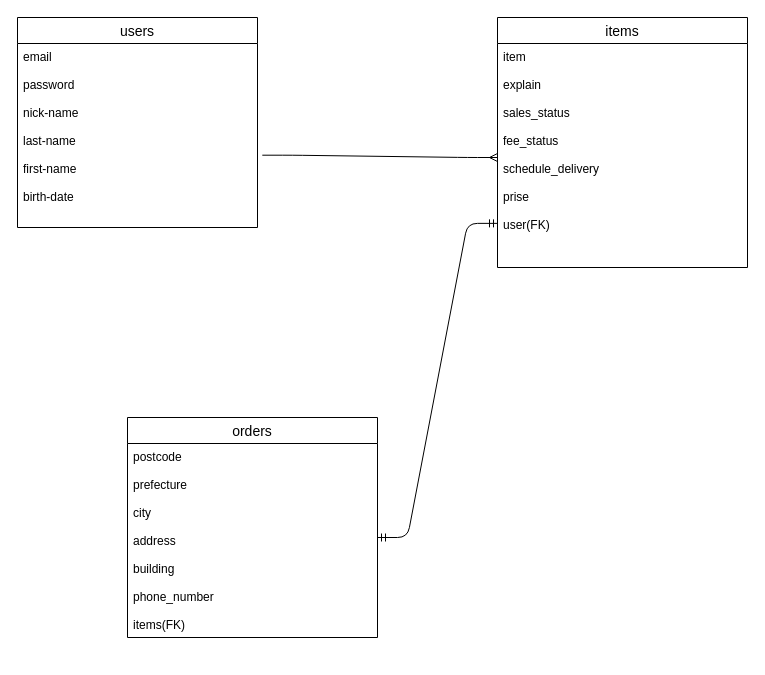
Earlier version of the draw.io diagram ER.dio (kattyaso/furima-39796). Source tidied: cells renumbered, new cells numbered last; positions are measured from the earlier drawing's top-left corner, leaving out a move shared by most shapes. Both pictures are drawn from the tidied source at 100%, with x=0, y=0 at pixel (17, 17).
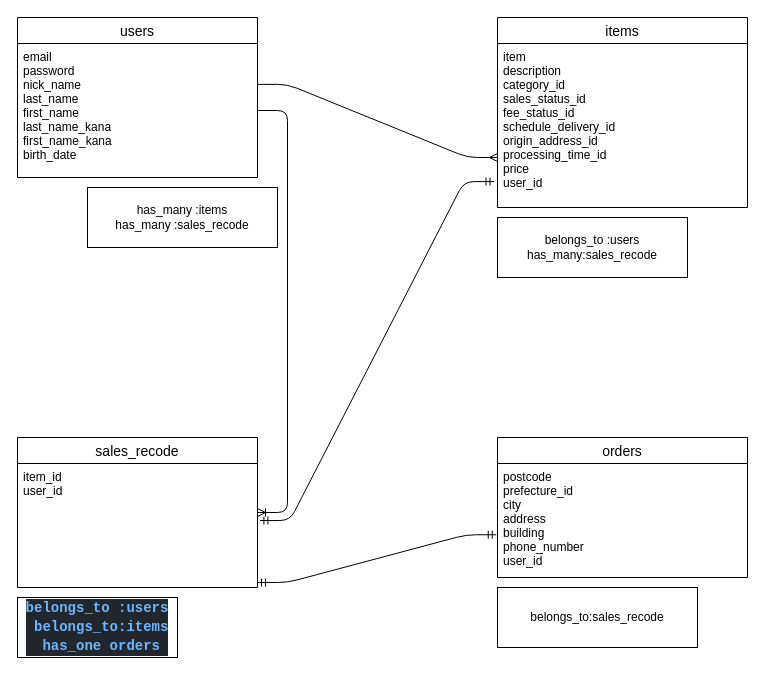
The same page after the edit.

Diff of the diagram source:
```diff
@@
 <mxGraphModel>
   <root>
     <mxCell id="0" />
     <mxCell id="1" parent="0" />
     <mxCell id="2" value="users" style="swimlane;fontStyle=0;horizontal=1;startSize=26;align=center;fontSize=14;" parent="1" vertex="1">
-      <mxGeometry width="240" height="210" as="geometry" />
+      <mxGeometry width="240" height="160" as="geometry" />
     </mxCell>
-    <mxCell id="3" value="email&#10;&#10;password&#10;&#10;nick-name&#10;&#10;last-name&#10;&#10;first-name&#10;&#10;birth-date" style="text;strokeColor=none;fillColor=none;spacingLeft=4;spacingRight=4;overflow=hidden;points=[[0,0.5],[1,0.5]];portConstraint=eastwest;fontSize=12;" parent="2" vertex="1">
-      <mxGeometry y="26" width="240" height="184" as="geometry" />
+    <mxCell id="3" value="email&#10;password&#10;nick_name&#10;last_name&#10;first_name&#10;last_name_kana&#10;first_name_kana&#10;birth_date" style="text;strokeColor=none;fillColor=none;spacingLeft=4;spacingRight=4;overflow=hidden;points=[[0,0.5],[1,0.5]];portConstraint=eastwest;fontSize=12;" parent="2" vertex="1">
+      <mxGeometry y="26" width="240" height="134" as="geometry" />
     </mxCell>
     <mxCell id="4" value="items" style="swimlane;fontStyle=0;horizontal=1;startSize=26;align=center;fontSize=14;" parent="1" vertex="1">
-      <mxGeometry x="480" width="250" height="250" as="geometry" />
+      <mxGeometry x="480" width="250" height="190" as="geometry" />
     </mxCell>
-    <mxCell id="5" value="item&#10;&#10;explain&#10;&#10;sales_status&#10;&#10;fee_status&#10;&#10;schedule_delivery&#10;&#10;prise&#10;&#10;user(FK)" style="text;strokeColor=none;fillColor=none;spacingLeft=4;spacingRight=4;overflow=hidden;points=[[0,0.5],[1,0.5]];portConstraint=eastwest;fontSize=12;" parent="4" vertex="1">
-      <mxGeometry y="26" width="250" height="224" as="geometry" />
+    <mxCell id="5" value="item                 &#10;description          &#10;category_id          &#10;sales_status_id      &#10;fee_status_id        &#10;schedule_delivery_id &#10;origin_address_id    &#10;processing_time_id   &#10;price                &#10;user_id              " style="text;strokeColor=none;fillColor=none;spacingLeft=4;spacingRight=4;overflow=hidden;points=[[0,0.5],[1,0.5]];portConstraint=eastwest;fontSize=12;" parent="4" vertex="1">
+      <mxGeometry y="26" width="250" height="164" as="geometry" />
     </mxCell>
     <mxCell id="6" value="orders" style="swimlane;fontStyle=0;horizontal=1;startSize=26;align=center;fontSize=14;" parent="1" vertex="1">
-      <mxGeometry x="110" y="400" width="250" height="220" as="geometry" />
+      <mxGeometry x="480" y="420" width="250" height="140" as="geometry" />
     </mxCell>
-    <mxCell id="7" value="postcode&#10;&#10;prefecture&#10;&#10;city&#10;&#10;address&#10;&#10;building&#10;&#10;phone_number&#10;&#10;items(FK)" style="text;strokeColor=none;fillColor=none;spacingLeft=4;spacingRight=4;overflow=hidden;points=[[0,0.5],[1,0.5]];portConstraint=eastwest;fontSize=12;" parent="6" vertex="1">
-      <mxGeometry y="26" width="250" height="194" as="geometry" />
+    <mxCell id="7" value="postcode     &#10;prefecture_id&#10;city         &#10;address      &#10;building     &#10;phone_number &#10;user_id      " style="text;strokeColor=none;fillColor=none;spacingLeft=4;spacingRight=4;overflow=hidden;points=[[0,0.5],[1,0.5]];portConstraint=eastwest;fontSize=12;" parent="6" vertex="1">
+      <mxGeometry y="26" width="250" height="114" as="geometry" />
     </mxCell>
-    <mxCell id="8" style="edgeStyle=entityRelationEdgeStyle;fontSize=12;html=1;endArrow=ERmany;entryX=0;entryY=0.043;entryDx=0;entryDy=0;entryPerimeter=0;exitX=1.02;exitY=0.607;exitDx=0;exitDy=0;exitPerimeter=0;" parent="1" edge="1" source="3">
+    <mxCell id="8" style="edgeStyle=entityRelationEdgeStyle;fontSize=12;html=1;endArrow=ERmany;entryX=0;entryY=0.043;entryDx=0;entryDy=0;entryPerimeter=0;exitX=1;exitY=0.305;exitDx=0;exitDy=0;exitPerimeter=0;" parent="1" edge="1" source="3">
       <mxGeometry relative="1" as="geometry">
         <mxPoint x="480" y="140" as="targetPoint" />
       </mxGeometry>
     </mxCell>
-    <mxCell id="9" style="edgeStyle=entityRelationEdgeStyle;fontSize=12;html=1;endArrow=ERmandOne;startArrow=ERmandOne;entryX=0;entryY=0.803;entryDx=0;entryDy=0;entryPerimeter=0;" parent="1" edge="1" target="5">
-      <mxGeometry relative="1" as="geometry">
-        <mxPoint x="360" y="520" as="sourcePoint" />
-      </mxGeometry>
+    <mxCell id="9" style="edgeStyle=entityRelationEdgeStyle;fontSize=12;html=1;endArrow=ERmandOne;startArrow=ERmandOne;entryX=-0.014;entryY=0.842;entryDx=0;entryDy=0;entryPerimeter=0;exitX=1.01;exitY=0.46;exitDx=0;exitDy=0;exitPerimeter=0;" parent="1" edge="1" source="14" target="5">
+      <mxGeometry relative="1" as="geometry" />
     </mxCell>
+    <mxCell id="10" value="has_many&amp;nbsp;:items&lt;br&gt;has_many :sales_recode" style="rounded=0;whiteSpace=wrap;html=1;" parent="1" vertex="1">
+      <mxGeometry x="70" y="170" width="190" height="60" as="geometry" />
+    </mxCell>
+    <mxCell id="11" value="&lt;div&gt;belongs_to :users&lt;/div&gt;&lt;div&gt;has_many:sales_recode&lt;/div&gt;" style="rounded=0;whiteSpace=wrap;html=1;" parent="1" vertex="1">
+      <mxGeometry x="480" y="200" width="190" height="60" as="geometry" />
+    </mxCell>
+    <mxCell id="12" value="&lt;div style=&quot;color: rgb(173, 186, 199); background-color: rgb(34, 39, 46); font-family: Consolas, &amp;quot;Courier New&amp;quot;, monospace; font-size: 14px; line-height: 19px;&quot;&gt;&lt;div&gt;&lt;span style=&quot;color: rgb(108, 182, 255); font-weight: bold;&quot;&gt;belongs_to&lt;/span&gt;&lt;span style=&quot;color: #6cb6ff;font-weight: bold;&quot;&gt;&amp;nbsp;:users&lt;/span&gt;&lt;/div&gt;&lt;div&gt;&lt;span style=&quot;color: rgb(108, 182, 255); font-weight: bold;&quot;&gt;&amp;nbsp;&lt;/span&gt;&lt;span style=&quot;color: rgb(108, 182, 255); font-weight: bold;&quot;&gt;belongs_to&lt;/span&gt;&lt;span style=&quot;color: rgb(108, 182, 255); font-weight: bold;&quot;&gt;:items&lt;/span&gt;&lt;br&gt;&lt;/div&gt;&lt;div&gt;&lt;span style=&quot;color: #6cb6ff;font-weight: bold;&quot;&gt;&amp;nbsp;has_one orders&lt;/span&gt;&lt;/div&gt;&lt;/div&gt;" style="rounded=0;whiteSpace=wrap;html=1;" parent="1" vertex="1">
+      <mxGeometry y="580" width="160" height="60" as="geometry" />
+    </mxCell>
+    <mxCell id="13" value="sales_recode" style="swimlane;fontStyle=0;horizontal=1;startSize=26;align=center;fontSize=14;" parent="1" vertex="1">
+      <mxGeometry y="420" width="240" height="150" as="geometry" />
+    </mxCell>
+    <mxCell id="14" value="item_id&#10;user_id" style="text;strokeColor=none;fillColor=none;spacingLeft=4;spacingRight=4;overflow=hidden;points=[[0,0.5],[1,0.5]];portConstraint=eastwest;fontSize=12;" parent="13" vertex="1">
+      <mxGeometry y="26" width="240" height="124" as="geometry" />
+    </mxCell>
+    <mxCell id="15" value="belongs_to:sales_recode" style="rounded=0;whiteSpace=wrap;html=1;" parent="1" vertex="1">
+      <mxGeometry x="480" y="570" width="200" height="60" as="geometry" />
+    </mxCell>
+    <mxCell id="16" style="edgeStyle=entityRelationEdgeStyle;fontSize=12;html=1;endArrow=ERmandOne;startArrow=ERmandOne;entryX=-0.005;entryY=0.625;entryDx=0;entryDy=0;entryPerimeter=0;" parent="1" edge="1" target="7">
+      <mxGeometry relative="1" as="geometry">
+        <mxPoint x="240" y="565" as="sourcePoint" />
+      </mxGeometry>
+    </mxCell>
+    <mxCell id="17" style="edgeStyle=entityRelationEdgeStyle;fontSize=12;html=1;endArrow=ERoneToMany;" parent="1" edge="1" source="3" target="13">
+      <mxGeometry relative="1" as="geometry" />
+    </mxCell>
   </root>
 </mxGraphModel>
```
